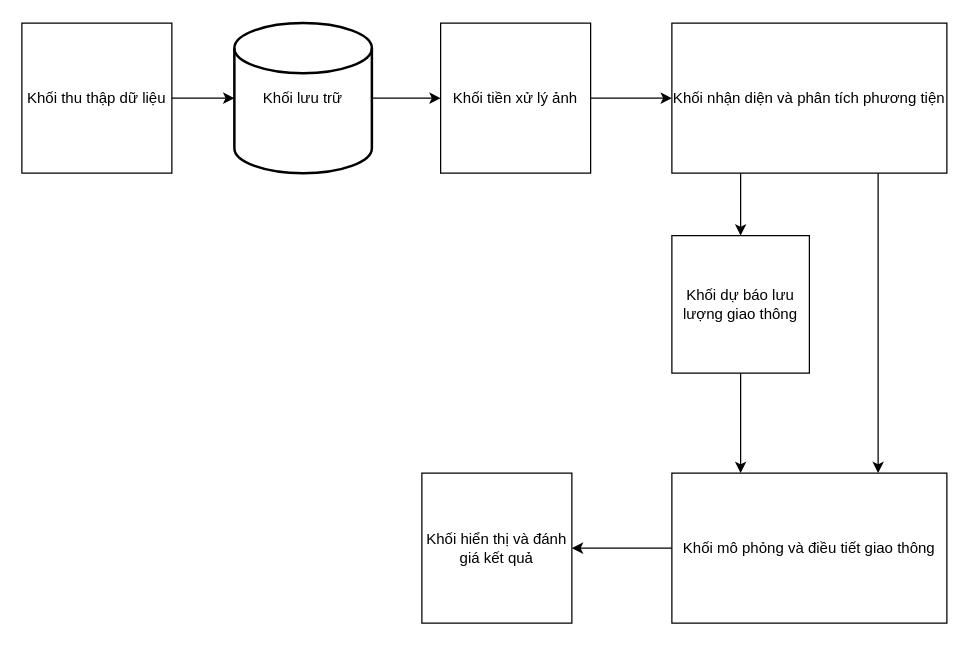
The draw.io diagram fig/system_block_diagram.drawio in Denzaro/DATN_Thesis, before the edit. Source tidied: cells renumbered, new cells numbered last; positions are measured from the earlier drawing's top-left corner, leaving out a move shared by most shapes. Both pictures are drawn from the tidied source at 125%, with x=0, y=0 at pixel (21, 22).
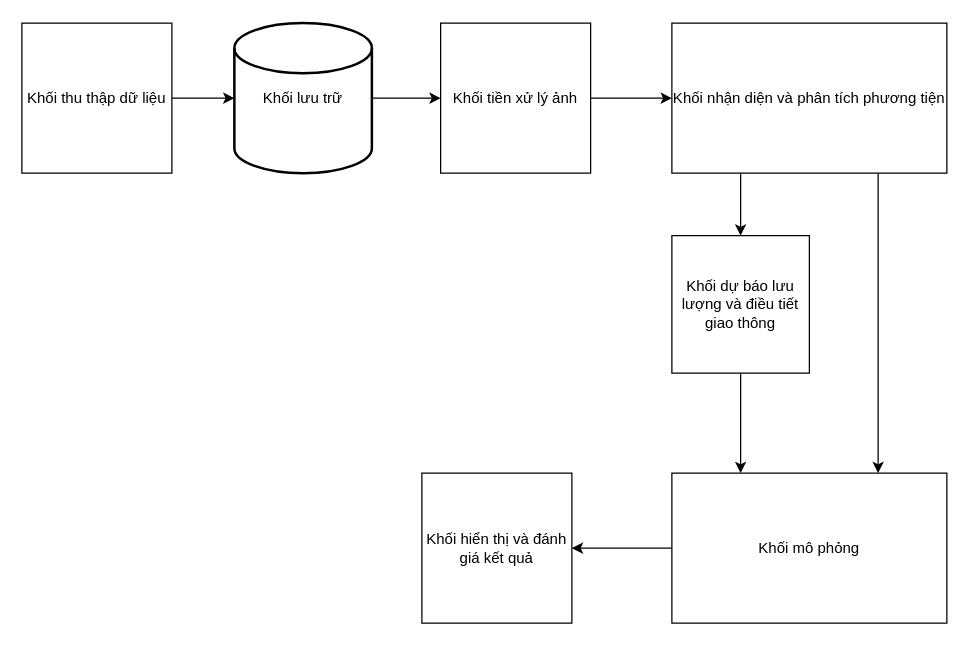
Above is the later version.

Diff of the diagram source:
```diff
@@
 <mxGraphModel>
   <root>
     <mxCell id="0" />
     <mxCell id="1" parent="0" />
     <mxCell id="2" value="Khối thu thập dữ liệu" style="whiteSpace=wrap;html=1;" parent="1" vertex="1">
       <mxGeometry width="120" height="120" as="geometry" />
     </mxCell>
     <mxCell id="3" style="edgeStyle=orthogonalEdgeStyle;rounded=0;jettySize=auto;html=1;entryX=0;entryY=0.5;entryDx=0;entryDy=0;" parent="1" edge="1" source="4" target="14">
       <mxGeometry relative="1" as="geometry" />
     </mxCell>
     <mxCell id="4" value="Khối tiền xử lý ảnh" style="whiteSpace=wrap;html=1;" parent="1" vertex="1">
       <mxGeometry x="335" width="120" height="120" as="geometry" />
     </mxCell>
     <mxCell id="5" style="edgeStyle=orthogonalEdgeStyle;rounded=0;jettySize=auto;html=1;entryX=0.25;entryY=0;entryDx=0;entryDy=0;" parent="1" edge="1" source="6" target="11">
       <mxGeometry relative="1" as="geometry" />
     </mxCell>
-    <mxCell id="6" value="Khối dự báo lưu lượng giao thông" style="whiteSpace=wrap;html=1;" parent="1" vertex="1">
+    <mxCell id="6" value="Khối dự báo lưu lượng và điều tiết giao thông" style="whiteSpace=wrap;html=1;" parent="1" vertex="1">
       <mxGeometry x="520" y="170" width="110" height="110" as="geometry" />
     </mxCell>
     <mxCell id="7" value="Khối hiển thị và đánh giá kết quả" style="whiteSpace=wrap;html=1;" parent="1" vertex="1">
       <mxGeometry x="320" y="360" width="120" height="120" as="geometry" />
     </mxCell>
     <mxCell id="8" style="edgeStyle=orthogonalEdgeStyle;rounded=0;jettySize=auto;html=1;entryX=0;entryY=0.5;entryDx=0;entryDy=0;" parent="1" edge="1" source="9" target="4">
       <mxGeometry relative="1" as="geometry" />
     </mxCell>
     <mxCell id="9" value="Khối lưu trữ" style="strokeWidth=2;html=1;shape=mxgraph.flowchart.database;whiteSpace=wrap;" parent="1" vertex="1">
       <mxGeometry x="170" width="110" height="120" as="geometry" />
     </mxCell>
     <mxCell id="10" style="edgeStyle=orthogonalEdgeStyle;rounded=0;jettySize=auto;html=1;entryX=1;entryY=0.5;entryDx=0;entryDy=0;" parent="1" edge="1" source="11" target="7">
       <mxGeometry relative="1" as="geometry" />
     </mxCell>
-    <mxCell id="11" value="Khối mô phỏng và điều tiết giao thông" style="rounded=0;whiteSpace=wrap;html=1;" parent="1" vertex="1">
+    <mxCell id="11" value="Khối mô phỏng" style="rounded=0;whiteSpace=wrap;html=1;" parent="1" vertex="1">
       <mxGeometry x="520" y="360" width="220" height="120" as="geometry" />
     </mxCell>
     <mxCell id="12" style="edgeStyle=orthogonalEdgeStyle;rounded=0;jettySize=auto;html=1;entryX=0;entryY=0.5;entryDx=0;entryDy=0;entryPerimeter=0;" parent="1" edge="1" source="2" target="9">
       <mxGeometry relative="1" as="geometry" />
     </mxCell>
     <mxCell id="13" style="edgeStyle=orthogonalEdgeStyle;rounded=0;jettySize=auto;html=1;exitX=0.75;exitY=1;exitDx=0;exitDy=0;entryX=0.75;entryY=0;entryDx=0;entryDy=0;" parent="1" edge="1" source="14" target="11">
       <mxGeometry relative="1" as="geometry" />
     </mxCell>
     <mxCell id="14" value="Khối nhận diện và phân tích phương tiện" style="rounded=0;whiteSpace=wrap;html=1;" parent="1" vertex="1">
       <mxGeometry x="520" width="220" height="120" as="geometry" />
     </mxCell>
     <mxCell id="15" style="endArrow=classic;html=1;rounded=0;exitX=0.25;exitY=1;exitDx=0;exitDy=0;entryX=0.5;entryY=0;entryDx=0;entryDy=0;" parent="1" edge="1" source="14" target="6">
       <mxGeometry relative="1" as="geometry" />
     </mxCell>
   </root>
 </mxGraphModel>
```
